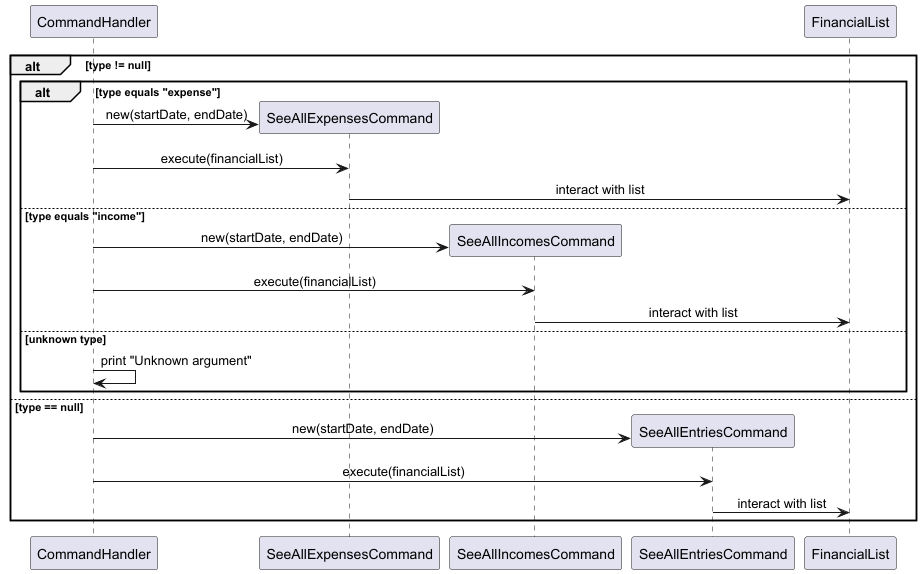
This is docs/UML/SeeAllEntriesOverview.png from nus-cs2113-AY2425S1/tp, a PlantUML export, as it was before one commit.
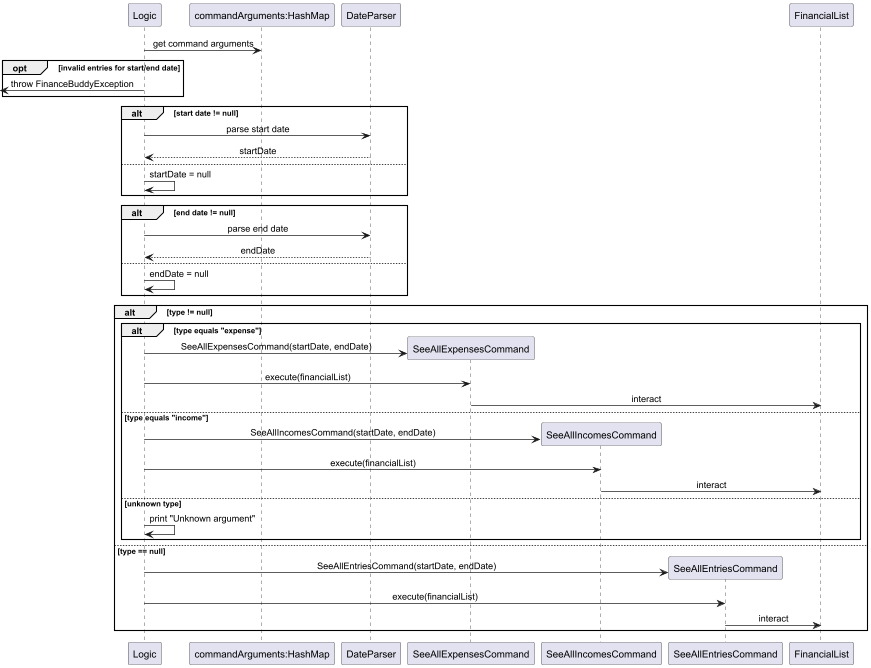
Later version of the same file.

Commit message:
Update diagrams for DG List Entries section

Change to the diagram source:
```diff
@@ -2,30 +2,49 @@
 skinparam sequenceMessageAlign center
 skinparam responseMessageBelowArrow true
 
-participant "CommandHandler" as app
+participant "Logic" as app
+participant "commandArguments:HashMap" as map
+participant "DateParser" as parser
 participant "SeeAllExpensesCommand" as expense
 participant "SeeAllIncomesCommand" as income
 participant "SeeAllEntriesCommand" as all
 participant "FinancialList" as list
 
+app -> map : get command arguments
+
+opt invalid entries for start/end date
+    <- app : throw FinanceBuddyException
+end
+
+alt start date != null
+    app -> parser : parse start date
+    parser --> app : startDate
+    else
+        app -> app : startDate = null
+end
+
+alt end date != null
+    app -> parser : parse end date
+    parser --> app : endDate
+    else
+        app -> app : endDate = null
+end
+
 alt type != null
     alt type equals "expense"
-        create expense
-        app -> expense : new(startDate, endDate)
+        app -> expense ** : SeeAllExpensesCommand(startDate, endDate)
         app -> expense : execute(financialList)
-        expense -> list : interact with list
+        expense -> list : interact
     else type equals "income"
-        create income
-        app -> income : new(startDate, endDate)
+        app -> income ** : SeeAllIncomesCommand(startDate, endDate)
         app -> income : execute(financialList)
-        income -> list : interact with list
+        income -> list : interact
     else unknown type
         app -> app : print "Unknown argument"
     end
 else type == null
-    create all
-    app -> all : new(startDate, endDate)
+    app -> all ** : SeeAllEntriesCommand(startDate, endDate)
     app -> all : execute(financialList)
-    all -> list : interact with list
+    all -> list : interact
 end
 @enduml
```
